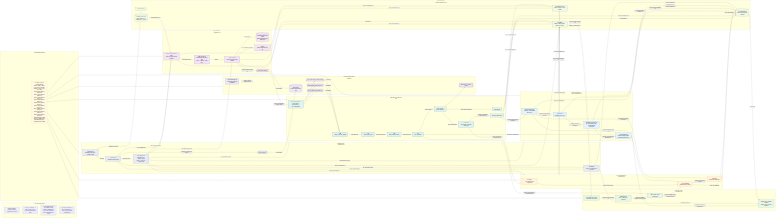
The Mermaid diagram docs/design/platform/dev_full/graph/readiness/dev_full_platform_network_production_ready_current_v0.mermaid.png in EsosaOrumwese/fraud-detection-system, before a commit. Its source is kept beside it as docs/design/platform/dev_full/graph/readiness/dev_full_platform_network_production_ready_current_v0.mermaid.mmd.
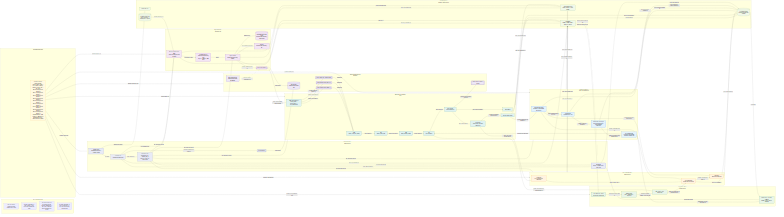
After the commit.

Commit message:
Strengthen readiness graph flow labels

Diff of the diagram source:
```diff
@@ -82,13 +82,13 @@
     CW["CloudWatch<br>APIGW / Lambda / WSP / RTDL logs + metrics"]
   end
 
-  NOTE --> CONTROL
-  NOTE --> INGRESS
-  NOTE --> RTDL
-  NOTE --> CASELABEL
-  NOTE --> LEARNING
-  NOTE --> OPSGOV
-  NOTE --> TRANSPORT
+  NOTE -->|promotes control core| CONTROL
+  NOTE -->|promotes ingress core| INGRESS
+  NOTE -->|promotes RTDL core| RTDL
+  NOTE -->|promotes case/label core| CASELABEL
+  NOTE -->|promotes learning core| LEARNING
+  NOTE -->|promotes ops/governance core| OPSGOV
+  NOTE -->|depends on transport core| TRANSPORT
 
   GHA -->|authenticates through| OIDC
   GHA -->|dispatches| SFN
@@ -115,9 +115,9 @@
   GLUEREG -. enforces schema compatibility for .-> TTRAFFIC
 
   TTRAFFIC -->|feeds promoted RTDL intake boundary| RINTAKE
-  RINTAKE --> TCTXA
-  RINTAKE --> TCTXE
-  RINTAKE --> TFLOW
+  RINTAKE -->|projects arrival events to| TCTXA
+  RINTAKE -->|projects arrival entities to| TCTXE
+  RINTAKE -->|projects fraud flow anchors to| TFLOW
   TCTXA -->|consumed by| CSFB
   TCTXE -->|consumed by| CSFB
   TFLOW -->|consumed by| CSFB
@@ -128,7 +128,7 @@
   DL -->|emits action intent to| AL
   AL -->|appends action-linked decision truth to| DLA
   DL -->|feeds archival evidence to| ARCH
-  DL --> TDEC
+  DL -->|publishes decision/archive outputs to| TDEC
   AL -->|emits case-worthy outcome truth to| CTRIG
   CTRIG -->|opens or reuses cases in| CM
   CM -->|commits authoritative labels to| LS
```
